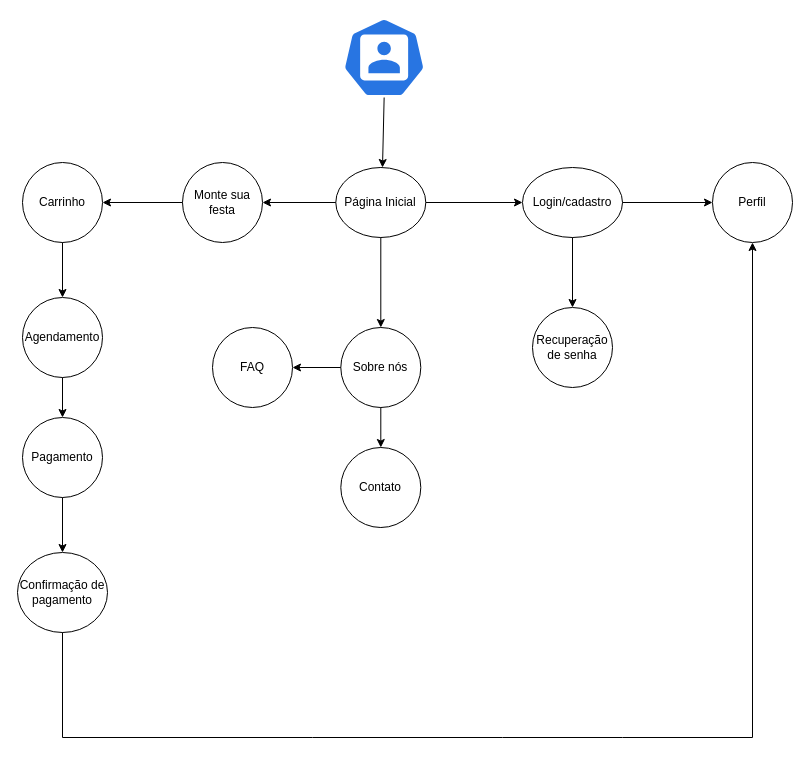
The draw.io diagram Diagrama_user.drawio in Vitor-amaro0/ProjetoIntegradorBuffet, before the edit. Source tidied: cells renumbered, new cells numbered last; positions are measured from the earlier drawing's top-left corner, leaving out a move shared by most shapes. Both pictures are drawn from the tidied source at 100%, with x=0, y=0 at pixel (17, 17).
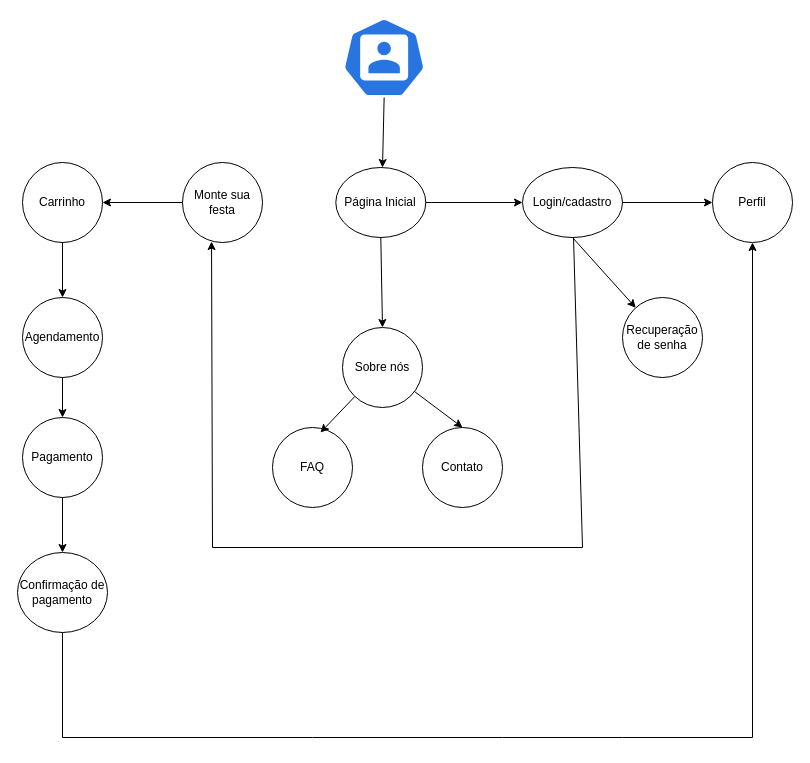
Above is the later version.

Commit message (it also covers changes not shown here):
pequena mudança no diagrama de user

The change refers to these unchanged cells:
```xml
<mxCell id="4" value="Página Inicial" style="ellipse;whiteSpace=wrap;html=1;" parent="1" vertex="1">
  <mxGeometry x="318.3" y="150" width="90" height="70" as="geometry" />
</mxCell>
<mxCell id="5" value="Login/cadastro" style="ellipse;whiteSpace=wrap;html=1;" parent="1" vertex="1">
  <mxGeometry x="505" y="150" width="100" height="70" as="geometry" />
</mxCell>
<mxCell id="7" value="Monte sua festa" style="ellipse;whiteSpace=wrap;html=1;" parent="1" vertex="1">
  <mxGeometry x="165" y="145" width="80" height="80" as="geometry" />
</mxCell>
```

The edit, as a diff of the source:
```diff
@@
-    <mxCell id="8" style="endArrow=classic;html=1;rounded=0;exitX=0;exitY=0.5;exitDx=0;exitDy=0;entryX=1;entryY=0.5;entryDx=0;entryDy=0;" parent="1" edge="1" source="4" target="7">
-      <mxGeometry relative="1" as="geometry" />
+    <mxCell id="8" style="endArrow=classic;html=1;rounded=0;entryX=0.363;entryY=0.988;entryDx=0;entryDy=0;entryPerimeter=0;" parent="1" edge="1" source="5" target="7">
+      <mxGeometry relative="1" as="geometry">
+        <Array as="points">
+          <mxPoint x="565" y="530" />
+          <mxPoint x="195" y="530" />
+        </Array>
+      </mxGeometry>
     </mxCell>
@@
-    <mxCell id="11" style="endArrow=classic;html=1;rounded=0;exitX=0.5;exitY=1;exitDx=0;exitDy=0;" parent="1" edge="1" source="5">
-      <mxGeometry relative="1" as="geometry">
-        <mxPoint x="555" y="290" as="targetPoint" />
-      </mxGeometry>
+    <mxCell id="11" style="endArrow=classic;html=1;rounded=0;exitX=0.5;exitY=1;exitDx=0;exitDy=0;" parent="1" edge="1" source="5" target="12">
+      <mxGeometry relative="1" as="geometry" />
     </mxCell>
     <mxCell id="12" value="Recuperação de senha" style="ellipse;whiteSpace=wrap;html=1;" parent="1" vertex="1">
-      <mxGeometry x="515" y="290" width="80" height="80" as="geometry" />
+      <mxGeometry x="605" y="280" width="80" height="80" as="geometry" />
     </mxCell>
@@
     <mxCell id="22" value="Sobre nós" style="ellipse;whiteSpace=wrap;html=1;" parent="1" vertex="1">
-      <mxGeometry x="323.3" y="310" width="80" height="80" as="geometry" />
+      <mxGeometry x="325" y="310" width="80" height="80" as="geometry" />
     </mxCell>
@@
     <mxCell id="24" value="Contato" style="ellipse;whiteSpace=wrap;html=1;" parent="1" vertex="1">
-      <mxGeometry x="323.3" y="430" width="80" height="80" as="geometry" />
+      <mxGeometry x="405" y="410" width="80" height="80" as="geometry" />
     </mxCell>
+    <mxCell id="26" value="FAQ" style="ellipse;whiteSpace=wrap;html=1;" parent="1" vertex="1">
+      <mxGeometry x="255" y="410" width="80" height="80" as="geometry" />
+    </mxCell>
-    <mxCell id="25" style="endArrow=classic;html=1;rounded=0;exitX=0.5;exitY=1;exitDx=0;exitDy=0;entryX=0.5;entryY=0;entryDx=0;entryDy=0;" parent="1" edge="1" source="22" target="24">
+    <mxCell id="25" style="endArrow=classic;html=1;rounded=0;entryX=0.5;entryY=0;entryDx=0;entryDy=0;" parent="1" edge="1" source="22" target="24">
       <mxGeometry relative="1" as="geometry" />
     </mxCell>
-    <mxCell id="26" value="FAQ" style="ellipse;whiteSpace=wrap;html=1;" parent="1" vertex="1">
-      <mxGeometry x="195" y="310" width="80" height="80" as="geometry" />
-    </mxCell>
-    <mxCell id="27" style="endArrow=classic;html=1;rounded=0;exitX=0;exitY=0.5;exitDx=0;exitDy=0;entryX=1;entryY=0.5;entryDx=0;entryDy=0;" parent="1" edge="1" source="22" target="26">
+    <mxCell id="27" style="endArrow=classic;html=1;rounded=0;entryX=0.6;entryY=0.063;entryDx=0;entryDy=0;entryPerimeter=0;" parent="1" edge="1" source="22" target="26">
       <mxGeometry relative="1" as="geometry" />
     </mxCell>
```
